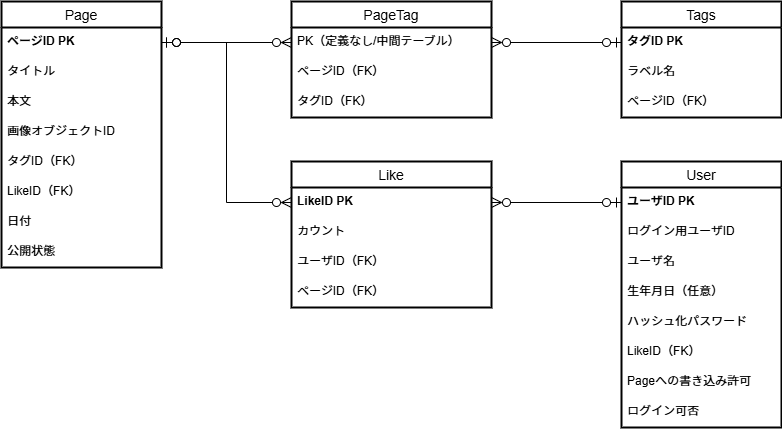
nekono-dev/cfblog-practice keeps this draw.io diagram as .github/images/dbdetail.drawio.png. Above is the earlier version. Source tidied: cells renumbered, new cells last; positions are measured from the earlier drawing's top-left corner, leaving out a move shared by most shapes.
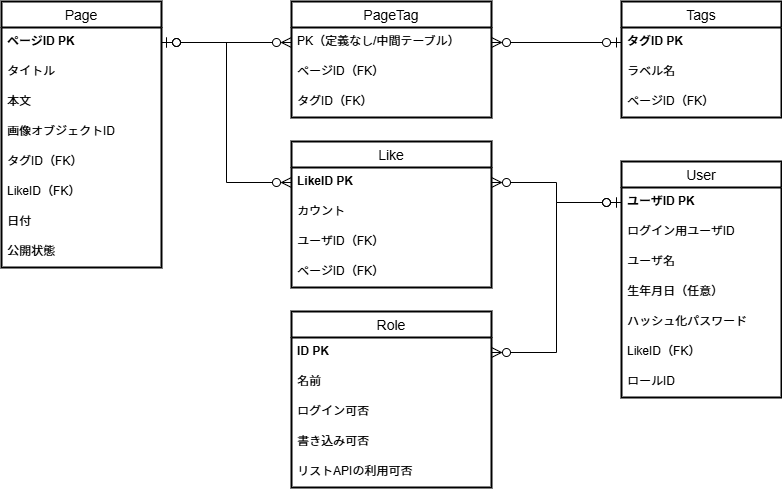
Later version of the same file.

The edit, as a diff of the source:
```diff
@@ -42,7 +42,7 @@
       <mxGeometry y="86" width="160" height="30" as="geometry" />
     </mxCell>
     <mxCell id="15" value="Like" style="swimlane;fontStyle=0;horizontal=1;startSize=26;align=center;fontSize=14;rounded=0;strokeWidth=2;" parent="1" vertex="1">
-      <mxGeometry x="290" y="160" width="200" height="146" as="geometry" />
+      <mxGeometry x="290" y="140" width="200" height="146" as="geometry" />
     </mxCell>
     <mxCell id="16" value="LikeID PK" style="text;strokeColor=none;fillColor=none;spacingLeft=4;spacingRight=4;overflow=hidden;points=[[0,0.5],[1,0.5]];portConstraint=eastwest;fontSize=12;rounded=0;strokeWidth=2;fontStyle=1;" parent="15" vertex="1">
       <mxGeometry y="26" width="200" height="30" as="geometry" />
@@ -57,7 +57,7 @@
       <mxGeometry y="116" width="200" height="30" as="geometry" />
     </mxCell>
     <mxCell id="20" value="User" style="swimlane;fontStyle=0;horizontal=1;startSize=26;align=center;fontSize=14;rounded=0;strokeWidth=2;" parent="1" vertex="1">
-      <mxGeometry x="620" y="160" width="160" height="266" as="geometry" />
+      <mxGeometry x="620" y="160" width="160" height="236" as="geometry" />
     </mxCell>
     <mxCell id="21" value="ユーザID PK" style="text;strokeColor=none;fillColor=none;spacingLeft=4;spacingRight=4;overflow=hidden;points=[[0,0.5],[1,0.5]];portConstraint=eastwest;fontSize=12;rounded=0;strokeWidth=2;fontStyle=1;" parent="20" vertex="1">
       <mxGeometry y="26" width="160" height="30" as="geometry" />
@@ -77,12 +77,9 @@
     <mxCell id="26" value="LikeID（FK）" style="text;strokeColor=none;fillColor=none;spacingLeft=4;spacingRight=4;overflow=hidden;fontSize=12;rounded=0;strokeWidth=2;" parent="20" vertex="1">
       <mxGeometry y="176" width="160" height="30" as="geometry" />
     </mxCell>
-    <mxCell id="27" value="Pageへの書き込み許可" style="text;strokeColor=none;fillColor=none;spacingLeft=4;spacingRight=4;overflow=hidden;fontSize=12;rounded=0;strokeWidth=2;" parent="20" vertex="1">
+    <mxCell id="27" value="ロールID" style="text;strokeColor=none;fillColor=none;spacingLeft=4;spacingRight=4;overflow=hidden;fontSize=12;rounded=0;strokeWidth=2;" parent="20" vertex="1">
       <mxGeometry y="206" width="160" height="30" as="geometry" />
     </mxCell>
-    <mxCell id="28" value="ログイン可否" style="text;strokeColor=none;fillColor=none;spacingLeft=4;spacingRight=4;overflow=hidden;fontSize=12;rounded=0;strokeWidth=2;" parent="20" vertex="1">
-      <mxGeometry y="236" width="160" height="30" as="geometry" />
-    </mxCell>
     <mxCell id="29" value="PageTag" style="swimlane;fontStyle=0;horizontal=1;startSize=26;align=center;fontSize=14;rounded=0;strokeWidth=2;" parent="1" vertex="1">
       <mxGeometry x="290" width="200" height="116" as="geometry" />
     </mxCell>
@@ -107,5 +104,26 @@
     <mxCell id="36" style="edgeStyle=orthogonalEdgeStyle;rounded=0;jettySize=auto;html=1;fontFamily=Helvetica;fontSize=14;fontColor=default;endArrow=ERzeroToMany;endFill=0;endSize=8;startArrow=ERzeroToOne;startFill=0;startSize=8;exitX=1;exitY=0.5;exitDx=0;exitDy=0;" parent="1" edge="1" source="3" target="16">
       <mxGeometry relative="1" as="geometry" />
     </mxCell>
+    <mxCell id="37" value="Role" style="swimlane;fontStyle=0;horizontal=1;startSize=26;align=center;fontSize=14;rounded=0;strokeWidth=2;" parent="1" vertex="1">
+      <mxGeometry x="290" y="310" width="200" height="176" as="geometry" />
+    </mxCell>
+    <mxCell id="38" value="ID PK" style="text;strokeColor=none;fillColor=none;spacingLeft=4;spacingRight=4;overflow=hidden;points=[[0,0.5],[1,0.5]];portConstraint=eastwest;fontSize=12;rounded=0;strokeWidth=2;fontStyle=1;" parent="37" vertex="1">
+      <mxGeometry y="26" width="200" height="30" as="geometry" />
+    </mxCell>
+    <mxCell id="39" value="名前" style="text;strokeColor=none;fillColor=none;spacingLeft=4;spacingRight=4;overflow=hidden;fontSize=12;rounded=0;strokeWidth=2;" parent="37" vertex="1">
+      <mxGeometry y="56" width="200" height="30" as="geometry" />
+    </mxCell>
+    <mxCell id="28" value="ログイン可否" style="text;strokeColor=none;fillColor=none;spacingLeft=4;spacingRight=4;overflow=hidden;fontSize=12;rounded=0;strokeWidth=2;" parent="37" vertex="1">
+      <mxGeometry y="86" width="200" height="30" as="geometry" />
+    </mxCell>
+    <mxCell id="40" value="書き込み可否" style="text;strokeColor=none;fillColor=none;spacingLeft=4;spacingRight=4;overflow=hidden;fontSize=12;rounded=0;strokeWidth=2;" parent="37" vertex="1">
+      <mxGeometry y="116" width="200" height="30" as="geometry" />
+    </mxCell>
+    <mxCell id="41" value="リストAPIの利用可否" style="text;strokeColor=none;fillColor=none;spacingLeft=4;spacingRight=4;overflow=hidden;fontSize=12;rounded=0;strokeWidth=2;" parent="37" vertex="1">
+      <mxGeometry y="146" width="200" height="30" as="geometry" />
+    </mxCell>
+    <mxCell id="42" style="edgeStyle=orthogonalEdgeStyle;rounded=0;jettySize=auto;html=1;fontFamily=Helvetica;fontSize=14;fontColor=default;endArrow=ERzeroToMany;endFill=0;endSize=8;startArrow=ERzeroToOne;startFill=0;startSize=8;entryX=1;entryY=0.5;entryDx=0;entryDy=0;exitX=0;exitY=0.5;exitDx=0;exitDy=0;" parent="1" edge="1" source="21" target="38">
+      <mxGeometry relative="1" as="geometry" />
+    </mxCell>
   </root>
 </mxGraphModel>
```
